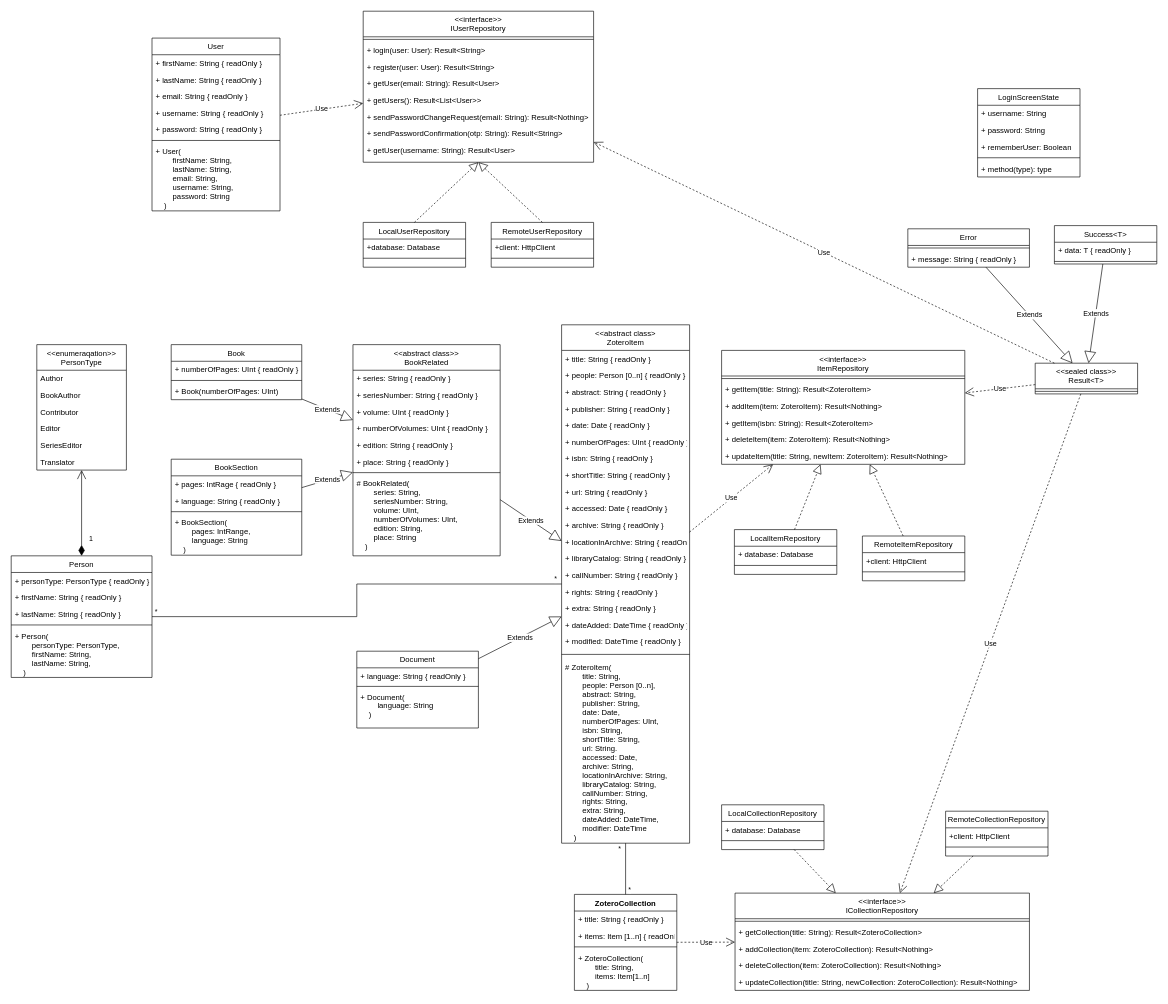
The draw.io diagram ClassDiagram.drawio in SoftwareDesignKNU/SoftwareDesign, before the edit. Source tidied: cells renumbered, new cells numbered last; positions are measured from the earlier drawing's top-left corner, leaving out a move shared by most shapes. Both pictures are drawn from the tidied source at 64%, with x=0, y=0 at pixel (11, 11).
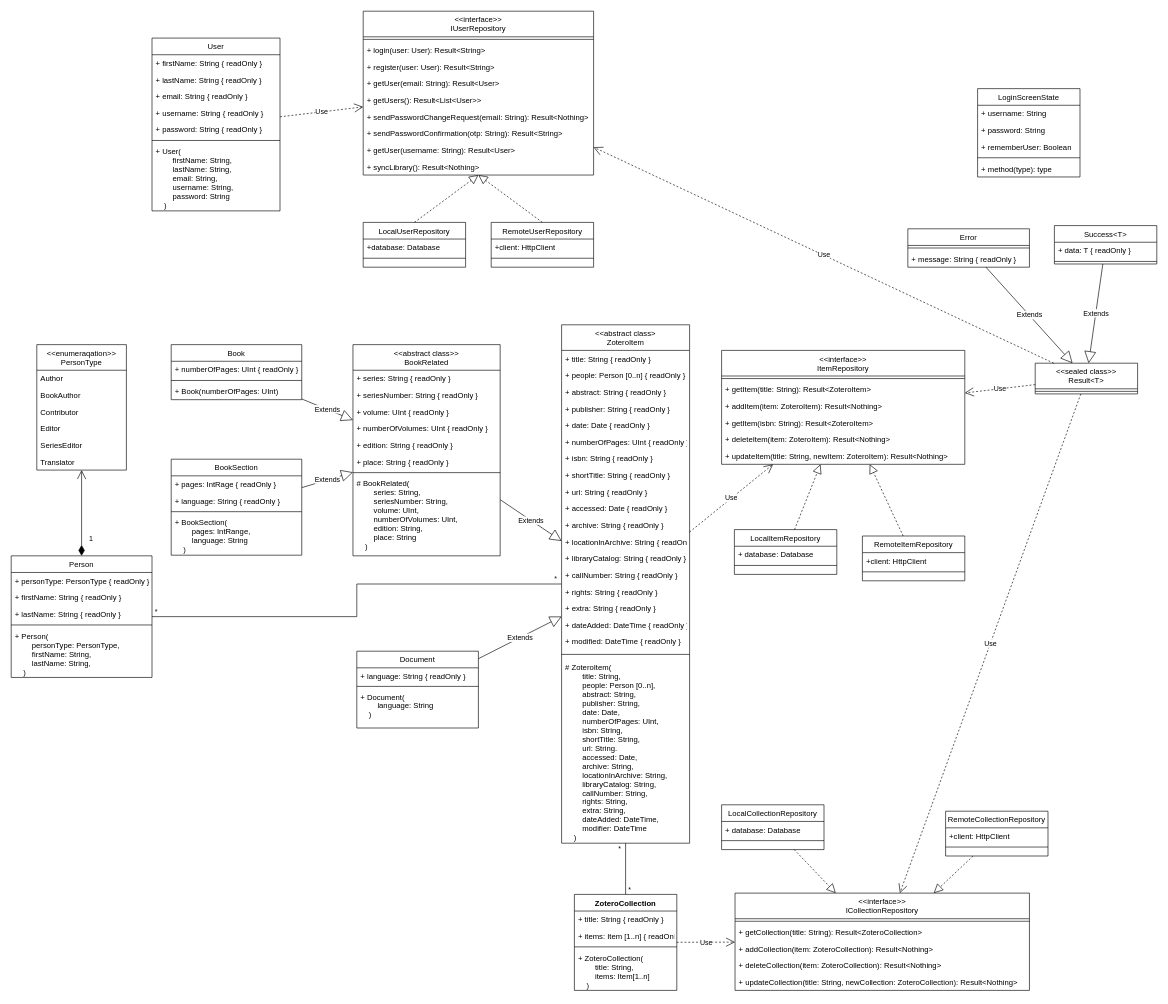
The same diagram, later.

Diff of the diagram source:
```diff
@@
     <mxCell id="13" value="&lt;&lt;interface&gt;&gt;&#10;IUserRepository" style="swimlane;fontStyle=0;align=center;verticalAlign=top;horizontal=1;startSize=40;rounded=0;shadow=0;strokeWidth=1;" parent="1" vertex="1">
-      <mxGeometry x="550" width="360" height="236" as="geometry" />
+      <mxGeometry x="550" width="360" height="256" as="geometry" />
     </mxCell>
@@
+    <mxCell id="150" value="+ syncLibrary(): Result&lt;Nothing&gt;" style="text;align=left;verticalAlign=top;spacingLeft=4;spacingRight=4;overflow=hidden;" parent="13" vertex="1">
+      <mxGeometry y="230" width="360" height="26" as="geometry" />
+    </mxCell>
```
